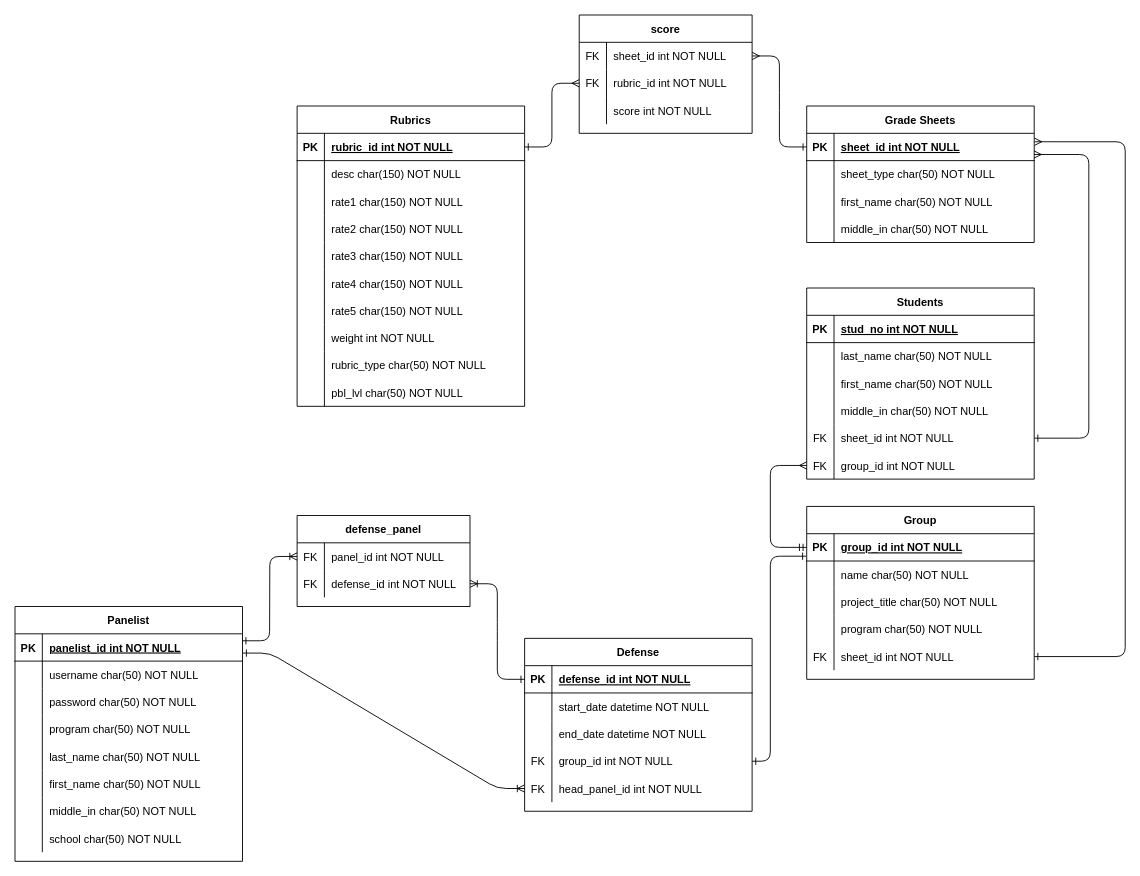
Before: database_diag.drawio in charss/Panel-Web-App, a draw.io diagram. Source tidied: cells renumbered, new cells numbered last; positions are measured from the earlier drawing's top-left corner, leaving out a move shared by most shapes. Both pictures are drawn from the tidied source at 91%, with x=0, y=0 at pixel (15, 15).
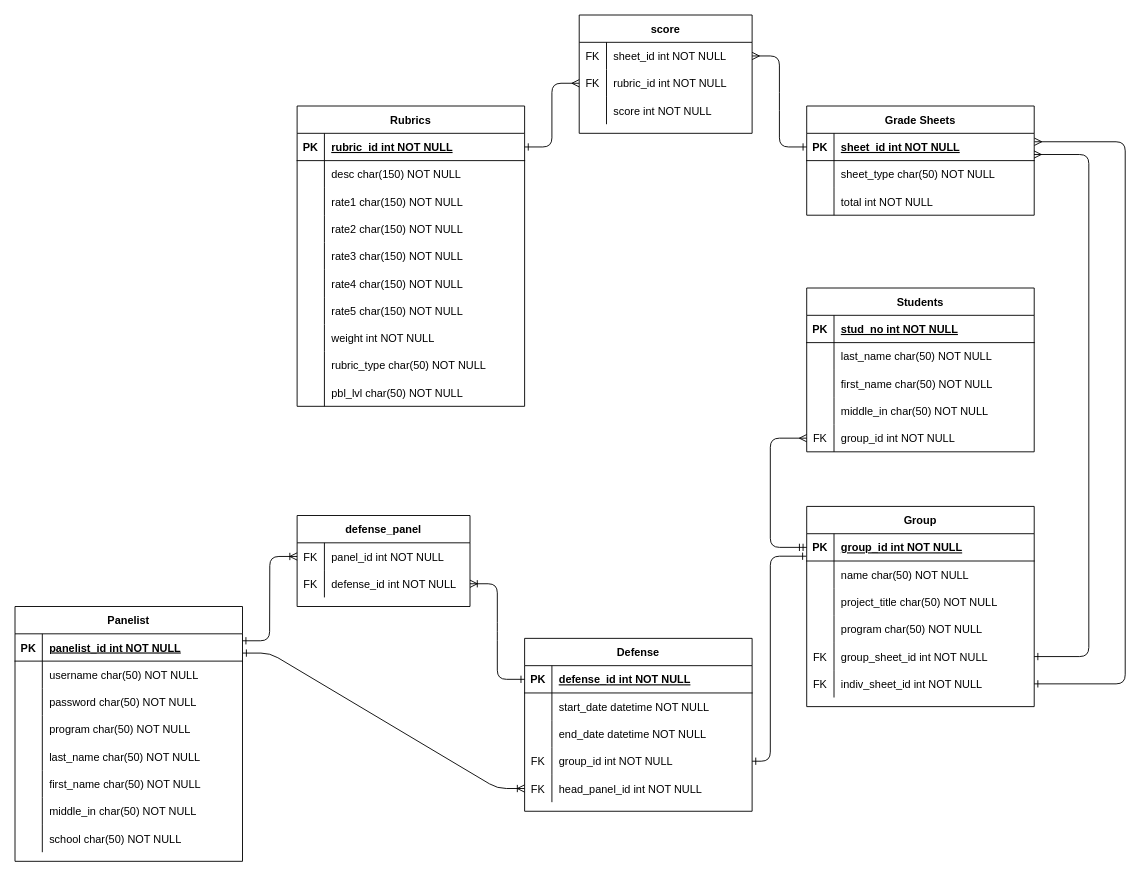
The same page after the edit.

The change refers to these unchanged cells:
```xml
<mxCell id="22" style="shape=partialRectangle;fillColor=none;points=[[0,0.5],[1,0.5]];portConstraint=eastwest;top=0;left=0;right=0;bottom=1;" parent="21" vertex="1">
  <mxGeometry y="30" width="250" height="30" as="geometry" />
</mxCell>
<mxCell id="34" style="shape=partialRectangle;fillColor=none;points=[[0,0.5],[1,0.5]];portConstraint=eastwest;top=0;left=0;right=0;bottom=0;" parent="21" vertex="1">
  <mxGeometry y="150" width="250" height="30" as="geometry" />
</mxCell>
<mxCell id="121" style="shape=partialRectangle;fillColor=none;points=[[0,0.5],[1,0.5]];portConstraint=eastwest;top=0;left=0;right=0;bottom=1;" parent="120" vertex="1">
  <mxGeometry y="30" width="250" height="30" as="geometry" />
</mxCell>
<mxCell id="127" style="shape=partialRectangle;fillColor=none;top=0;left=0;right=0;bottom=0;" parent="120" vertex="1">
  <mxGeometry y="90" width="250" height="30" as="geometry" />
</mxCell>
```

What changed in the source:
```diff
@@
     <mxCell id="2" value="Students" style="shape=table;startSize=30;childLayout=tableLayout;rowLines=0;fontStyle=1;align=center;" parent="1" vertex="1">
-      <mxGeometry x="870" y="300" width="250" height="210" as="geometry" />
+      <mxGeometry x="870" y="300" width="250" height="180" as="geometry" />
     </mxCell>
@@
-    <mxCell id="15" style="shape=partialRectangle;fillColor=none;points=[[0,0.5],[1,0.5]];portConstraint=eastwest;top=0;left=0;right=0;bottom=0;" parent="2" vertex="1">
-      <mxGeometry y="150" width="250" height="30" as="geometry" />
-    </mxCell>
-    <mxCell id="16" value="FK" style="shape=partialRectangle;overflow=hidden;fillColor=none;top=0;left=0;bottom=0;right=0;" parent="15" vertex="1">
-      <mxGeometry width="30" height="30" as="geometry" />
-    </mxCell>
-    <mxCell id="17" value="sheet_id int NOT NULL" style="shape=partialRectangle;overflow=hidden;fillColor=none;top=0;left=0;bottom=0;right=0;align=left;spacingLeft=6;" parent="15" vertex="1">
-      <mxGeometry x="30" width="220" height="30" as="geometry" />
-    </mxCell>
     <mxCell id="18" style="shape=partialRectangle;fillColor=none;points=[[0,0.5],[1,0.5]];portConstraint=eastwest;top=0;left=0;right=0;bottom=0;" parent="2" vertex="1">
-      <mxGeometry y="180" width="250" height="30" as="geometry" />
+      <mxGeometry y="150" width="250" height="30" as="geometry" />
     </mxCell>
@@
     <mxCell id="21" value="Group" style="shape=table;startSize=30;childLayout=tableLayout;rowLines=0;fontStyle=1;align=center;" parent="1" vertex="1">
-      <mxGeometry x="870" y="540" width="250" height="190" as="geometry" />
+      <mxGeometry x="870" y="540" width="250" height="220" as="geometry" />
     </mxCell>
@@
-    <mxCell id="36" value="sheet_id int NOT NULL" style="shape=partialRectangle;overflow=hidden;fillColor=none;top=0;left=0;bottom=0;right=0;align=left;spacingLeft=6;" parent="34" vertex="1">
+    <mxCell id="36" value="group_sheet_id int NOT NULL" style="shape=partialRectangle;overflow=hidden;fillColor=none;top=0;left=0;bottom=0;right=0;align=left;spacingLeft=6;" parent="34" vertex="1">
       <mxGeometry x="30" width="220" height="30" as="geometry" />
     </mxCell>
+    <mxCell id="148" style="shape=partialRectangle;fillColor=none;points=[[0,0.5],[1,0.5]];portConstraint=eastwest;top=0;left=0;right=0;bottom=0;" parent="21" vertex="1">
+      <mxGeometry y="180" width="250" height="30" as="geometry" />
+    </mxCell>
+    <mxCell id="16" value="FK" style="shape=partialRectangle;overflow=hidden;fillColor=none;top=0;left=0;bottom=0;right=0;" parent="148" vertex="1">
+      <mxGeometry width="30" height="30" as="geometry" />
+    </mxCell>
+    <mxCell id="149" value="indiv_sheet_id int NOT NULL" style="shape=partialRectangle;overflow=hidden;fillColor=none;top=0;left=0;bottom=0;right=0;align=left;spacingLeft=6;" parent="148" vertex="1">
+      <mxGeometry x="30" width="220" height="30" as="geometry" />
+    </mxCell>
@@
     <mxCell id="120" value="Grade Sheets" style="shape=table;startSize=30;childLayout=tableLayout;rowLines=0;fontStyle=1;align=center;" parent="1" vertex="1">
-      <mxGeometry x="870" y="100" width="250" height="150" as="geometry" />
+      <mxGeometry x="870" y="100" width="250" height="120" as="geometry" />
     </mxCell>
@@
-    <mxCell id="129" value="first_name char(50) NOT NULL" style="shape=partialRectangle;overflow=hidden;fillColor=none;top=0;left=0;bottom=0;right=0;align=left;spacingLeft=6;" parent="127" vertex="1">
+    <mxCell id="129" value="total int NOT NULL" style="shape=partialRectangle;overflow=hidden;fillColor=none;top=0;left=0;bottom=0;right=0;align=left;spacingLeft=6;" parent="127" vertex="1">
       <mxGeometry x="30" width="220" height="30" as="geometry" />
     </mxCell>
-    <mxCell id="130" style="shape=partialRectangle;fillColor=none;top=0;left=0;right=0;bottom=0;" parent="120" vertex="1">
-      <mxGeometry y="120" width="250" height="30" as="geometry" />
-    </mxCell>
-    <mxCell id="131" style="shape=partialRectangle;overflow=hidden;fillColor=none;top=0;left=0;bottom=0;right=0;" parent="130" vertex="1">
-      <mxGeometry width="30" height="30" as="geometry" />
-    </mxCell>
-    <mxCell id="132" value="middle_in char(50) NOT NULL" style="shape=partialRectangle;overflow=hidden;fillColor=none;top=0;left=0;bottom=0;right=0;align=left;spacingLeft=6;" parent="130" vertex="1">
-      <mxGeometry x="30" width="220" height="30" as="geometry" />
-    </mxCell>
-    <mxCell id="133" style="edgeStyle=orthogonalEdgeStyle;fontSize=12;html=1;endArrow=ERone;endFill=0;startArrow=ERmany;startFill=0;exitX=0.999;exitY=0.776;exitDx=0;exitDy=0;exitPerimeter=0;" parent="1" edge="1" source="121" target="15">
+    <mxCell id="133" style="edgeStyle=orthogonalEdgeStyle;fontSize=12;html=1;endArrow=ERone;endFill=0;startArrow=ERmany;startFill=0;exitX=0.999;exitY=0.776;exitDx=0;exitDy=0;exitPerimeter=0;" parent="1" edge="1" source="121" target="34">
       <mxGeometry relative="1" as="geometry">
         <Array as="points">
           <mxPoint x="1180" y="153" />
-          <mxPoint x="1180" y="465" />
+          <mxPoint x="1180" y="705" />
         </Array>
       </mxGeometry>
     </mxCell>
-    <mxCell id="134" style="edgeStyle=orthogonalEdgeStyle;fontSize=12;html=1;endArrow=ERone;endFill=0;startArrow=ERmany;startFill=0;exitX=1.001;exitY=0.309;exitDx=0;exitDy=0;exitPerimeter=0;" parent="1" edge="1" source="121" target="34">
+    <mxCell id="134" style="edgeStyle=orthogonalEdgeStyle;fontSize=12;html=1;endArrow=ERone;endFill=0;startArrow=ERmany;startFill=0;exitX=1.001;exitY=0.309;exitDx=0;exitDy=0;exitPerimeter=0;" parent="1" edge="1" source="121" target="148">
       <mxGeometry relative="1" as="geometry">
         <Array as="points">
           <mxPoint x="1220" y="139" />
-          <mxPoint x="1220" y="705" />
+          <mxPoint x="1220" y="735" />
         </Array>
       </mxGeometry>
     </mxCell>
     <mxCell id="135" style="edgeStyle=orthogonalEdgeStyle;fontSize=12;html=1;endArrow=ERmandOne;endFill=0;startArrow=ERmany;startFill=0;exitX=0;exitY=0.5;exitDx=0;exitDy=0;noJump=0;" parent="1" edge="1" source="18" target="22">
       <mxGeometry relative="1" as="geometry">
         <Array as="points">
-          <mxPoint x="830" y="495" />
+          <mxPoint x="830" y="465" />
           <mxPoint x="830" y="585" />
         </Array>
       </mxGeometry>
     </mxCell>
```
